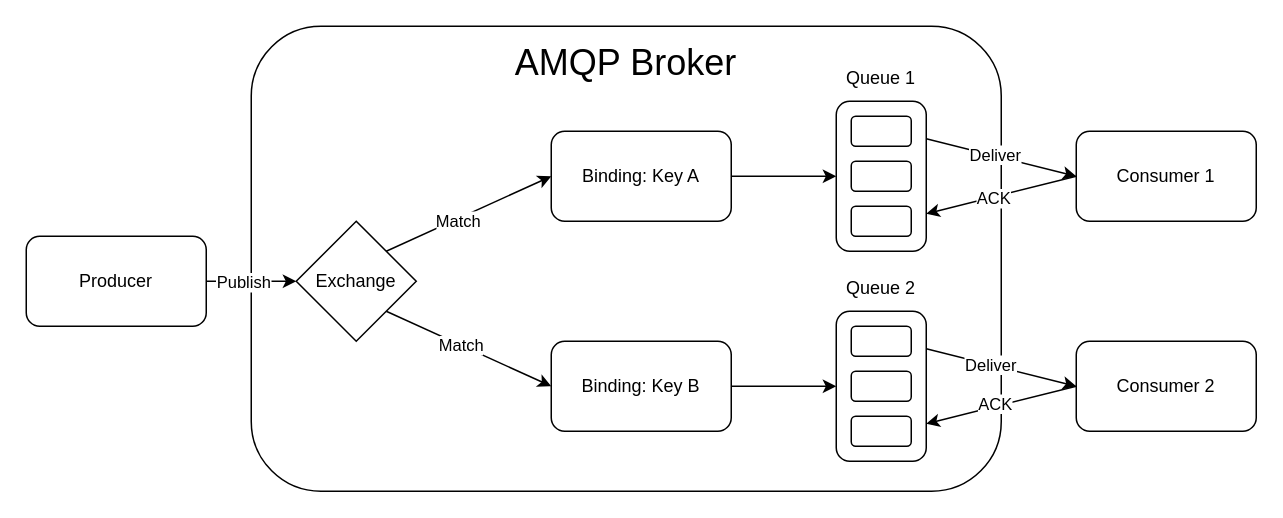
Before: drawio/amqp_topo.drawio in JadKHaddad/MT, a draw.io diagram. Source tidied: cells renumbered, new cells numbered last; positions are measured from the earlier drawing's top-left corner, leaving out a move shared by most shapes. Both pictures are drawn from the tidied source at 150%, with x=0, y=0 at pixel (26, 26).
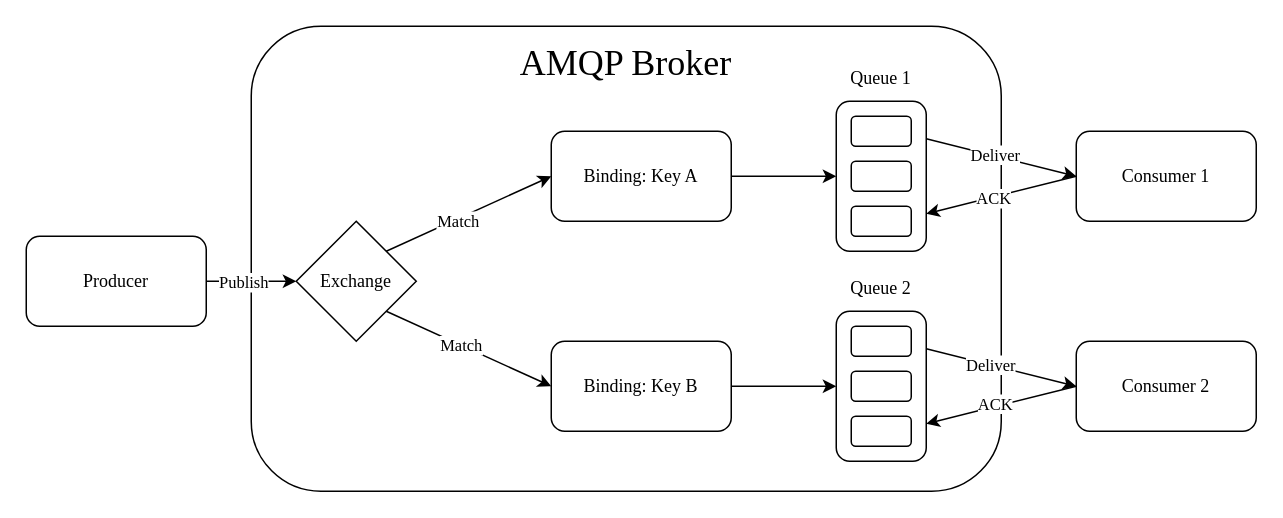
After the change.

Change to the diagram source:
```diff
@@
-    <mxCell id="2" style="rounded=1;whiteSpace=wrap;html=1;" parent="1" vertex="1">
+    <mxCell id="2" style="rounded=1;whiteSpace=wrap;html=1;fontFamily=Times New Roman;" parent="1" vertex="1">
       <mxGeometry x="150" width="500" height="310" as="geometry" />
     </mxCell>
-    <mxCell id="3" value="AMQP Broker" style="text;html=1;whiteSpace=wrap;strokeColor=none;fillColor=none;align=center;verticalAlign=middle;rounded=0;fontSize=24;" parent="1" vertex="1">
+    <mxCell id="3" value="AMQP Broker" style="text;html=1;whiteSpace=wrap;strokeColor=none;fillColor=none;align=center;verticalAlign=middle;rounded=0;fontSize=24;fontFamily=Times New Roman;" parent="1" vertex="1">
       <mxGeometry x="300" y="10" width="200" height="30" as="geometry" />
     </mxCell>
-    <mxCell id="4" style="edgeStyle=orthogonalEdgeStyle;rounded=0;jettySize=auto;html=1;" parent="1" edge="1" source="6" target="21">
+    <mxCell id="4" style="edgeStyle=orthogonalEdgeStyle;rounded=0;jettySize=auto;html=1;fontFamily=Times New Roman;" parent="1" edge="1" source="6" target="21">
       <mxGeometry relative="1" as="geometry" />
     </mxCell>
-    <mxCell id="5" value="Publish" style="edgeLabel;html=1;align=center;verticalAlign=middle;" parent="4" vertex="1">
+    <mxCell id="5" value="Publish" style="edgeLabel;html=1;align=center;verticalAlign=middle;fontFamily=Times New Roman;" parent="4" vertex="1">
       <mxGeometry x="-0.28" relative="1" as="geometry">
         <mxPoint x="2" as="offset" />
       </mxGeometry>
     </mxCell>
-    <mxCell id="6" value="Producer" style="rounded=1;whiteSpace=wrap;html=1;" parent="1" vertex="1">
+    <mxCell id="6" value="Producer" style="rounded=1;whiteSpace=wrap;html=1;fontFamily=Times New Roman;" parent="1" vertex="1">
       <mxGeometry y="140" width="120" height="60" as="geometry" />
     </mxCell>
-    <mxCell id="7" style="rounded=0;jettySize=auto;html=1;entryX=1;entryY=0.75;entryDx=0;entryDy=0;exitX=0;exitY=0.5;exitDx=0;exitDy=0;" parent="1" edge="1" source="9" target="25">
+    <mxCell id="7" style="rounded=0;jettySize=auto;html=1;entryX=1;entryY=0.75;entryDx=0;entryDy=0;exitX=0;exitY=0.5;exitDx=0;exitDy=0;fontFamily=Times New Roman;" parent="1" edge="1" source="9" target="25">
       <mxGeometry relative="1" as="geometry" />
     </mxCell>
-    <mxCell id="8" value="ACK" style="edgeLabel;html=1;align=center;verticalAlign=middle;" parent="7" vertex="1">
+    <mxCell id="8" value="ACK" style="edgeLabel;html=1;align=center;verticalAlign=middle;fontFamily=Times New Roman;" parent="7" vertex="1">
       <mxGeometry x="0.11" y="1" relative="1" as="geometry" />
     </mxCell>
-    <mxCell id="9" value="Consumer 1" style="rounded=1;whiteSpace=wrap;html=1;" parent="1" vertex="1">
+    <mxCell id="9" value="Consumer 1" style="rounded=1;whiteSpace=wrap;html=1;fontFamily=Times New Roman;" parent="1" vertex="1">
       <mxGeometry x="700" y="70" width="120" height="60" as="geometry" />
     </mxCell>
-    <mxCell id="10" style="rounded=0;jettySize=auto;html=1;entryX=1;entryY=0.75;entryDx=0;entryDy=0;exitX=0;exitY=0.5;exitDx=0;exitDy=0;" parent="1" edge="1" source="12" target="32">
+    <mxCell id="10" style="rounded=0;jettySize=auto;html=1;entryX=1;entryY=0.75;entryDx=0;entryDy=0;exitX=0;exitY=0.5;exitDx=0;exitDy=0;fontFamily=Times New Roman;" parent="1" edge="1" source="12" target="32">
       <mxGeometry relative="1" as="geometry" />
     </mxCell>
-    <mxCell id="11" value="ACK" style="edgeLabel;html=1;align=center;verticalAlign=middle;" parent="10" vertex="1">
+    <mxCell id="11" value="ACK" style="edgeLabel;html=1;align=center;verticalAlign=middle;fontFamily=Times New Roman;" parent="10" vertex="1">
       <mxGeometry x="0.08" y="-2" relative="1" as="geometry" />
     </mxCell>
-    <mxCell id="12" value="Consumer 2" style="rounded=1;whiteSpace=wrap;html=1;" parent="1" vertex="1">
+    <mxCell id="12" value="Consumer 2" style="rounded=1;whiteSpace=wrap;html=1;fontFamily=Times New Roman;" parent="1" vertex="1">
       <mxGeometry x="700" y="210" width="120" height="60" as="geometry" />
     </mxCell>
-    <mxCell id="13" style="edgeStyle=orthogonalEdgeStyle;rounded=0;jettySize=auto;html=1;exitX=1;exitY=0.5;exitDx=0;exitDy=0;entryX=0;entryY=0.5;entryDx=0;entryDy=0;" parent="1" edge="1" source="14" target="25">
+    <mxCell id="13" style="edgeStyle=orthogonalEdgeStyle;rounded=0;jettySize=auto;html=1;exitX=1;exitY=0.5;exitDx=0;exitDy=0;entryX=0;entryY=0.5;entryDx=0;entryDy=0;fontFamily=Times New Roman;" parent="1" edge="1" source="14" target="25">
       <mxGeometry relative="1" as="geometry" />
     </mxCell>
-    <mxCell id="14" value="Binding: Key A" style="rounded=1;whiteSpace=wrap;html=1;" parent="1" vertex="1">
+    <mxCell id="14" value="Binding: Key A" style="rounded=1;whiteSpace=wrap;html=1;fontFamily=Times New Roman;" parent="1" vertex="1">
       <mxGeometry x="350" y="70" width="120" height="60" as="geometry" />
     </mxCell>
-    <mxCell id="15" style="edgeStyle=orthogonalEdgeStyle;rounded=0;jettySize=auto;html=1;entryX=0;entryY=0.5;entryDx=0;entryDy=0;" parent="1" edge="1" source="16" target="32">
+    <mxCell id="15" style="edgeStyle=orthogonalEdgeStyle;rounded=0;jettySize=auto;html=1;entryX=0;entryY=0.5;entryDx=0;entryDy=0;fontFamily=Times New Roman;" parent="1" edge="1" source="16" target="32">
       <mxGeometry relative="1" as="geometry" />
     </mxCell>
-    <mxCell id="16" value="Binding: Key B" style="rounded=1;whiteSpace=wrap;html=1;" parent="1" vertex="1">
+    <mxCell id="16" value="Binding: Key B" style="rounded=1;whiteSpace=wrap;html=1;fontFamily=Times New Roman;" parent="1" vertex="1">
       <mxGeometry x="350" y="210" width="120" height="60" as="geometry" />
     </mxCell>
-    <mxCell id="17" style="rounded=0;jettySize=auto;html=1;exitX=1;exitY=0;exitDx=0;exitDy=0;entryX=0;entryY=0.5;entryDx=0;entryDy=0;" parent="1" edge="1" source="21" target="14">
+    <mxCell id="17" style="rounded=0;jettySize=auto;html=1;exitX=1;exitY=0;exitDx=0;exitDy=0;entryX=0;entryY=0.5;entryDx=0;entryDy=0;fontFamily=Times New Roman;" parent="1" edge="1" source="21" target="14">
       <mxGeometry relative="1" as="geometry" />
     </mxCell>
-    <mxCell id="18" value="Match" style="edgeLabel;html=1;align=center;verticalAlign=middle;" parent="17" vertex="1">
+    <mxCell id="18" value="Match" style="edgeLabel;html=1;align=center;verticalAlign=middle;fontFamily=Times New Roman;" parent="17" vertex="1">
       <mxGeometry x="-0.14" relative="1" as="geometry">
         <mxPoint y="1" as="offset" />
       </mxGeometry>
     </mxCell>
-    <mxCell id="19" style="rounded=0;jettySize=auto;html=1;exitX=1;exitY=1;exitDx=0;exitDy=0;entryX=0;entryY=0.5;entryDx=0;entryDy=0;" parent="1" edge="1" source="21" target="16">
+    <mxCell id="19" style="rounded=0;jettySize=auto;html=1;exitX=1;exitY=1;exitDx=0;exitDy=0;entryX=0;entryY=0.5;entryDx=0;entryDy=0;fontFamily=Times New Roman;" parent="1" edge="1" source="21" target="16">
       <mxGeometry relative="1" as="geometry" />
     </mxCell>
-    <mxCell id="20" value="Match" style="edgeLabel;html=1;align=center;verticalAlign=middle;" parent="19" vertex="1">
+    <mxCell id="20" value="Match" style="edgeLabel;html=1;align=center;verticalAlign=middle;fontFamily=Times New Roman;" parent="19" vertex="1">
       <mxGeometry x="-0.11" relative="1" as="geometry" />
     </mxCell>
-    <mxCell id="21" value="Exchange" style="rhombus;whiteSpace=wrap;html=1;" parent="1" vertex="1">
+    <mxCell id="21" value="Exchange" style="rhombus;whiteSpace=wrap;html=1;fontFamily=Times New Roman;" parent="1" vertex="1">
       <mxGeometry x="180" y="130" width="80" height="80" as="geometry" />
     </mxCell>
-    <mxCell id="22" value="Queue 1" style="text;html=1;whiteSpace=wrap;strokeColor=none;fillColor=none;align=center;verticalAlign=middle;rounded=0;" parent="1" vertex="1">
+    <mxCell id="22" value="Queue 1" style="text;html=1;whiteSpace=wrap;strokeColor=none;fillColor=none;align=center;verticalAlign=middle;rounded=0;fontFamily=Times New Roman;" parent="1" vertex="1">
       <mxGeometry x="540" y="20" width="60" height="30" as="geometry" />
     </mxCell>
-    <mxCell id="23" style="rounded=0;jettySize=auto;html=1;exitX=1;exitY=0.25;exitDx=0;exitDy=0;entryX=0;entryY=0.5;entryDx=0;entryDy=0;" parent="1" edge="1" source="25" target="9">
+    <mxCell id="23" style="rounded=0;jettySize=auto;html=1;exitX=1;exitY=0.25;exitDx=0;exitDy=0;entryX=0;entryY=0.5;entryDx=0;entryDy=0;fontFamily=Times New Roman;" parent="1" edge="1" source="25" target="9">
       <mxGeometry relative="1" as="geometry" />
     </mxCell>
-    <mxCell id="24" value="Deliver" style="edgeLabel;html=1;align=center;verticalAlign=middle;" parent="23" vertex="1">
+    <mxCell id="24" value="Deliver" style="edgeLabel;html=1;align=center;verticalAlign=middle;fontFamily=Times New Roman;" parent="23" vertex="1">
       <mxGeometry x="-0.09" y="1" relative="1" as="geometry" />
     </mxCell>
-    <mxCell id="25" style="rounded=1;whiteSpace=wrap;html=1;" parent="1" vertex="1">
+    <mxCell id="25" style="rounded=1;whiteSpace=wrap;html=1;fontFamily=Times New Roman;" parent="1" vertex="1">
       <mxGeometry x="540" y="50" width="60" height="100" as="geometry" />
     </mxCell>
-    <mxCell id="26" style="rounded=1;whiteSpace=wrap;html=1;" parent="1" vertex="1">
+    <mxCell id="26" style="rounded=1;whiteSpace=wrap;html=1;fontFamily=Times New Roman;" parent="1" vertex="1">
       <mxGeometry x="550" y="60" width="40" height="20" as="geometry" />
     </mxCell>
-    <mxCell id="27" style="rounded=1;whiteSpace=wrap;html=1;" parent="1" vertex="1">
+    <mxCell id="27" style="rounded=1;whiteSpace=wrap;html=1;fontFamily=Times New Roman;" parent="1" vertex="1">
       <mxGeometry x="550" y="90" width="40" height="20" as="geometry" />
     </mxCell>
-    <mxCell id="28" style="rounded=1;whiteSpace=wrap;html=1;" parent="1" vertex="1">
+    <mxCell id="28" style="rounded=1;whiteSpace=wrap;html=1;fontFamily=Times New Roman;" parent="1" vertex="1">
       <mxGeometry x="550" y="120" width="40" height="20" as="geometry" />
     </mxCell>
-    <mxCell id="29" value="Queue 2" style="text;html=1;whiteSpace=wrap;strokeColor=none;fillColor=none;align=center;verticalAlign=middle;rounded=0;" parent="1" vertex="1">
+    <mxCell id="29" value="Queue 2" style="text;html=1;whiteSpace=wrap;strokeColor=none;fillColor=none;align=center;verticalAlign=middle;rounded=0;fontFamily=Times New Roman;" parent="1" vertex="1">
       <mxGeometry x="540" y="160" width="60" height="30" as="geometry" />
     </mxCell>
-    <mxCell id="30" style="rounded=0;jettySize=auto;html=1;exitX=1;exitY=0.25;exitDx=0;exitDy=0;entryX=0;entryY=0.5;entryDx=0;entryDy=0;" parent="1" edge="1" source="32" target="12">
+    <mxCell id="30" style="rounded=0;jettySize=auto;html=1;exitX=1;exitY=0.25;exitDx=0;exitDy=0;entryX=0;entryY=0.5;entryDx=0;entryDy=0;fontFamily=Times New Roman;" parent="1" edge="1" source="32" target="12">
       <mxGeometry relative="1" as="geometry" />
     </mxCell>
-    <mxCell id="31" value="Deliver" style="edgeLabel;html=1;align=center;verticalAlign=middle;" parent="30" vertex="1">
+    <mxCell id="31" value="Deliver" style="edgeLabel;html=1;align=center;verticalAlign=middle;fontFamily=Times New Roman;" parent="30" vertex="1">
       <mxGeometry x="-0.14" relative="1" as="geometry" />
     </mxCell>
-    <mxCell id="32" style="rounded=1;whiteSpace=wrap;html=1;" parent="1" vertex="1">
+    <mxCell id="32" style="rounded=1;whiteSpace=wrap;html=1;fontFamily=Times New Roman;" parent="1" vertex="1">
       <mxGeometry x="540" y="190" width="60" height="100" as="geometry" />
     </mxCell>
-    <mxCell id="33" style="rounded=1;whiteSpace=wrap;html=1;" parent="1" vertex="1">
+    <mxCell id="33" style="rounded=1;whiteSpace=wrap;html=1;fontFamily=Times New Roman;" parent="1" vertex="1">
       <mxGeometry x="550" y="200" width="40" height="20" as="geometry" />
     </mxCell>
-    <mxCell id="34" style="rounded=1;whiteSpace=wrap;html=1;" parent="1" vertex="1">
+    <mxCell id="34" style="rounded=1;whiteSpace=wrap;html=1;fontFamily=Times New Roman;" parent="1" vertex="1">
       <mxGeometry x="550" y="230" width="40" height="20" as="geometry" />
     </mxCell>
-    <mxCell id="35" style="rounded=1;whiteSpace=wrap;html=1;" parent="1" vertex="1">
+    <mxCell id="35" style="rounded=1;whiteSpace=wrap;html=1;fontFamily=Times New Roman;" parent="1" vertex="1">
       <mxGeometry x="550" y="260" width="40" height="20" as="geometry" />
     </mxCell>
```
